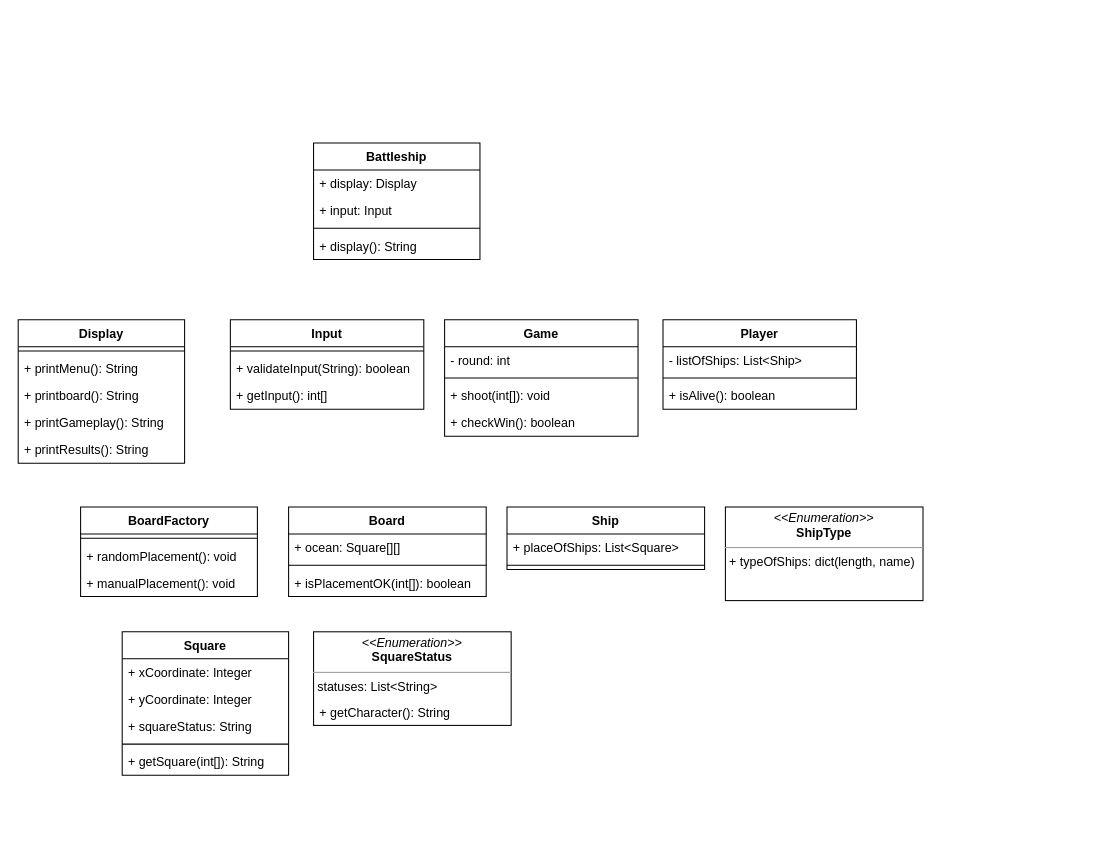
Earlier version of the draw.io diagram Battleship.drawio (CodecoolGlobal/battleship-oop-java-megaseves). Source tidied: cells renumbered, new cells numbered last; positions are measured from the earlier drawing's top-left corner, leaving out a move shared by most shapes. Both pictures are drawn from the tidied source at 104%, with x=0, y=0 at pixel (18, 142).
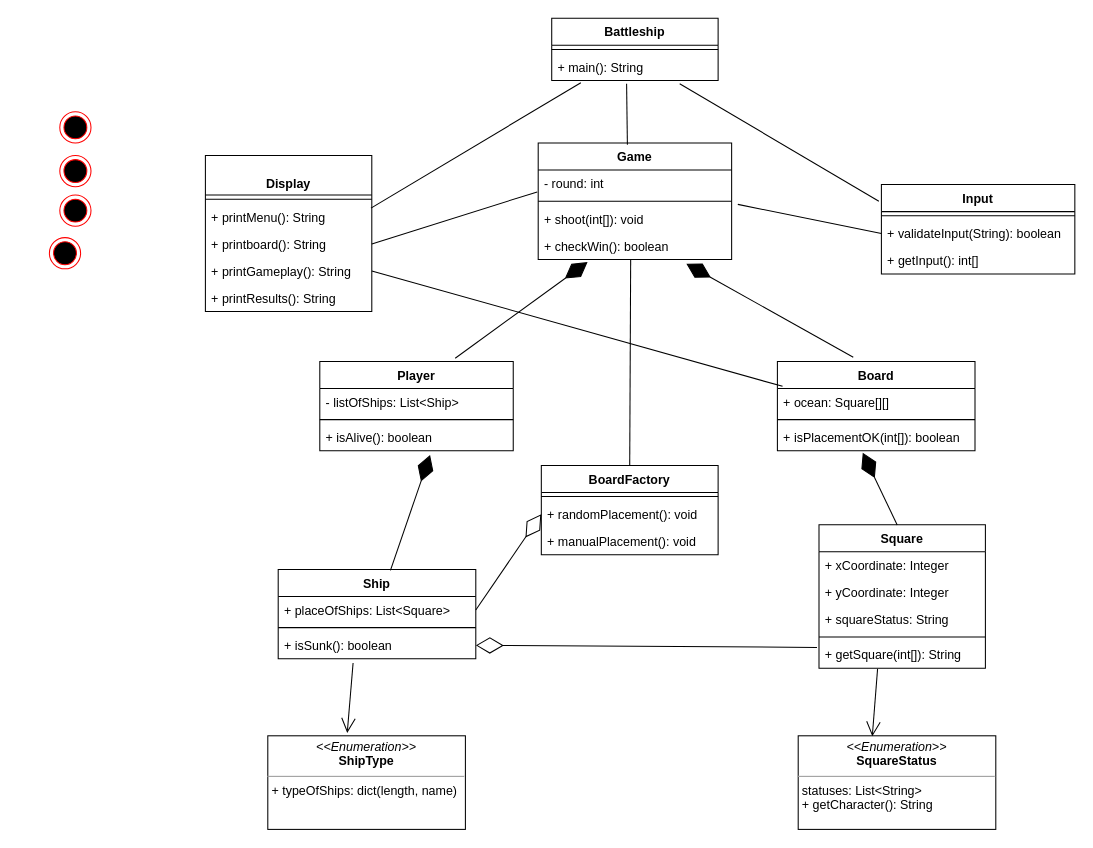
The same diagram, later.

Commit message:
changed UML diagram

The change refers to these unchanged cells:
```xml
<mxCell id="15" value="+ validateInput(String): boolean" style="text;strokeColor=none;fillColor=none;align=left;verticalAlign=top;spacingLeft=4;spacingRight=4;overflow=hidden;points=[[0,0.5],[1,0.5]];portConstraint=eastwest;" parent="13" vertex="1">
  <mxGeometry y="34" width="186" height="26" as="geometry" />
</mxCell>
<mxCell id="18" value="- round: int   " style="text;strokeColor=none;fillColor=none;align=left;verticalAlign=top;spacingLeft=4;spacingRight=4;overflow=hidden;points=[[0,0.5],[1,0.5]];portConstraint=eastwest;" parent="17" vertex="1">
  <mxGeometry y="26" width="186" height="26" as="geometry" />
</mxCell>
<mxCell id="20" value="+ shoot(int[]): void   " style="text;strokeColor=none;fillColor=none;align=left;verticalAlign=top;spacingLeft=4;spacingRight=4;overflow=hidden;points=[[0,0.5],[1,0.5]];portConstraint=eastwest;" parent="17" vertex="1">
  <mxGeometry y="60" width="186" height="26" as="geometry" />
</mxCell>
<mxCell id="21" value="+ checkWin(): boolean" style="text;strokeColor=none;fillColor=none;align=left;verticalAlign=top;spacingLeft=4;spacingRight=4;overflow=hidden;points=[[0,0.5],[1,0.5]];portConstraint=eastwest;" parent="17" vertex="1">
  <mxGeometry y="86" width="186" height="26" as="geometry" />
</mxCell>
<mxCell id="25" value="+ isAlive(): boolean" style="text;strokeColor=none;fillColor=none;align=left;verticalAlign=top;spacingLeft=4;spacingRight=4;overflow=hidden;points=[[0,0.5],[1,0.5]];portConstraint=eastwest;" parent="22" vertex="1">
  <mxGeometry y="60" width="186" height="26" as="geometry" />
</mxCell>
<mxCell id="28" value="+ randomPlacement(): void" style="text;strokeColor=none;fillColor=none;align=left;verticalAlign=top;spacingLeft=4;spacingRight=4;overflow=hidden;points=[[0,0.5],[1,0.5]];portConstraint=eastwest;" parent="26" vertex="1">
  <mxGeometry y="34" width="170" height="26" as="geometry" />
</mxCell>
<mxCell id="31" value="+ ocean: Square[][] " style="text;strokeColor=none;fillColor=none;align=left;verticalAlign=top;spacingLeft=4;spacingRight=4;overflow=hidden;points=[[0,0.5],[1,0.5]];portConstraint=eastwest;" parent="30" vertex="1">
  <mxGeometry y="26" width="190" height="26" as="geometry" />
</mxCell>
<mxCell id="33" value="+ isPlacementOK(int[]): boolean" style="text;strokeColor=none;fillColor=none;align=left;verticalAlign=top;spacingLeft=4;spacingRight=4;overflow=hidden;points=[[0,0.5],[1,0.5]];portConstraint=eastwest;" parent="30" vertex="1">
  <mxGeometry y="60" width="190" height="26" as="geometry" />
</mxCell>
<mxCell id="35" value="+ placeOfShips: List&lt;Square&gt;  " style="text;strokeColor=none;fillColor=none;align=left;verticalAlign=top;spacingLeft=4;spacingRight=4;overflow=hidden;points=[[0,0.5],[1,0.5]];portConstraint=eastwest;" parent="34" vertex="1">
  <mxGeometry y="26" width="190" height="26" as="geometry" />
</mxCell>
<mxCell id="43" value="+ getSquare(int[]): String" style="text;strokeColor=none;fillColor=none;align=left;verticalAlign=top;spacingLeft=4;spacingRight=4;overflow=hidden;points=[[0,0.5],[1,0.5]];portConstraint=eastwest;" parent="38" vertex="1">
  <mxGeometry y="112" width="160" height="26" as="geometry" />
</mxCell>
```

Change to the diagram source:
```diff
@@
     <mxCell id="2" value="Battleship&#10;" style="swimlane;fontStyle=1;align=center;verticalAlign=top;horizontal=1;startSize=26;" parent="1" vertex="1">
-      <mxGeometry x="284" width="160" height="112" as="geometry" />
+      <mxGeometry x="513" y="-120" width="160" height="60" as="geometry" />
     </mxCell>
-    <mxCell id="3" value="+ display: Display" style="text;strokeColor=none;fillColor=none;align=left;verticalAlign=top;spacingLeft=4;spacingRight=4;overflow=hidden;" parent="2" vertex="1">
-      <mxGeometry y="26" width="160" height="26" as="geometry" />
-    </mxCell>
-    <mxCell id="4" value="+ input: Input" style="text;strokeColor=none;fillColor=none;align=left;verticalAlign=top;spacingLeft=4;spacingRight=4;overflow=hidden;" parent="2" vertex="1">
-      <mxGeometry y="52" width="160" height="26" as="geometry" />
-    </mxCell>
     <mxCell id="5" style="line;strokeWidth=1;fillColor=none;align=left;verticalAlign=middle;spacingTop=-1;spacingLeft=3;spacingRight=3;labelPosition=right;" parent="2" vertex="1">
-      <mxGeometry y="78" width="160" height="8" as="geometry" />
+      <mxGeometry y="26" width="160" height="8" as="geometry" />
     </mxCell>
-    <mxCell id="6" value="+ display(): String" style="text;strokeColor=none;fillColor=none;align=left;verticalAlign=top;spacingLeft=4;spacingRight=4;overflow=hidden;points=[[0,0.5],[1,0.5]];portConstraint=eastwest;" parent="2" vertex="1">
-      <mxGeometry y="86" width="160" height="26" as="geometry" />
+    <mxCell id="6" value="+ main(): String" style="text;strokeColor=none;fillColor=none;align=left;verticalAlign=top;spacingLeft=4;spacingRight=4;overflow=hidden;points=[[0,0.5],[1,0.5]];portConstraint=eastwest;" parent="2" vertex="1">
+      <mxGeometry y="34" width="160" height="26" as="geometry" />
     </mxCell>
-    <mxCell id="7" value="Display" style="swimlane;fontStyle=1;align=center;verticalAlign=top;horizontal=1;startSize=26;" parent="1" vertex="1">
-      <mxGeometry y="170" width="160" height="138" as="geometry" />
+    <mxCell id="7" value="&#10;Display" style="swimlane;fontStyle=1;align=center;verticalAlign=top;horizontal=1;startSize=38;" parent="1" vertex="1">
+      <mxGeometry x="180" y="12" width="160" height="150" as="geometry" />
     </mxCell>
     <mxCell id="8" style="line;strokeWidth=1;fillColor=none;align=left;verticalAlign=middle;spacingTop=-1;spacingLeft=3;spacingRight=3;labelPosition=right;" parent="7" vertex="1">
-      <mxGeometry y="26" width="160" height="8" as="geometry" />
+      <mxGeometry y="38" width="160" height="8" as="geometry" />
     </mxCell>
     <mxCell id="9" value="+ printMenu(): String" style="text;strokeColor=none;fillColor=none;align=left;verticalAlign=top;spacingLeft=4;spacingRight=4;overflow=hidden;points=[[0,0.5],[1,0.5]];portConstraint=eastwest;" parent="7" vertex="1">
-      <mxGeometry y="34" width="160" height="26" as="geometry" />
+      <mxGeometry y="46" width="160" height="26" as="geometry" />
     </mxCell>
     <mxCell id="10" value="+ printboard(): String" style="text;strokeColor=none;fillColor=none;align=left;verticalAlign=top;spacingLeft=4;spacingRight=4;overflow=hidden;points=[[0,0.5],[1,0.5]];portConstraint=eastwest;" parent="7" vertex="1">
-      <mxGeometry y="60" width="160" height="26" as="geometry" />
+      <mxGeometry y="72" width="160" height="26" as="geometry" />
     </mxCell>
     <mxCell id="11" value="+ printGameplay(): String" style="text;strokeColor=none;fillColor=none;align=left;verticalAlign=top;spacingLeft=4;spacingRight=4;overflow=hidden;points=[[0,0.5],[1,0.5]];portConstraint=eastwest;" parent="7" vertex="1">
-      <mxGeometry y="86" width="160" height="26" as="geometry" />
+      <mxGeometry y="98" width="160" height="26" as="geometry" />
     </mxCell>
     <mxCell id="12" value="+ printResults(): String" style="text;strokeColor=none;fillColor=none;align=left;verticalAlign=top;spacingLeft=4;spacingRight=4;overflow=hidden;" parent="7" vertex="1">
-      <mxGeometry y="112" width="160" height="26" as="geometry" />
+      <mxGeometry y="124" width="160" height="26" as="geometry" />
     </mxCell>
     <mxCell id="13" value="Input" style="swimlane;fontStyle=1;align=center;verticalAlign=top;horizontal=1;startSize=26;" parent="1" vertex="1">
-      <mxGeometry x="204" y="170" width="186" height="86" as="geometry" />
+      <mxGeometry x="830" y="40" width="186" height="86" as="geometry" />
     </mxCell>
@@
     <mxCell id="17" value="Game" style="swimlane;fontStyle=1;align=center;verticalAlign=top;horizontal=1;startSize=26;" parent="1" vertex="1">
-      <mxGeometry x="410" y="170" width="186" height="112" as="geometry" />
+      <mxGeometry x="500" width="186" height="112" as="geometry" />
     </mxCell>
@@
     <mxCell id="22" value="Player" style="swimlane;fontStyle=1;align=center;verticalAlign=top;horizontal=1;startSize=26;" parent="1" vertex="1">
-      <mxGeometry x="620" y="170" width="186" height="86" as="geometry" />
+      <mxGeometry x="290" y="210" width="186" height="86" as="geometry" />
     </mxCell>
@@
     <mxCell id="26" value="BoardFactory" style="swimlane;fontStyle=1;align=center;verticalAlign=top;horizontal=1;startSize=26;" parent="1" vertex="1">
-      <mxGeometry x="60" y="350" width="170" height="86" as="geometry" />
+      <mxGeometry x="503" y="310" width="170" height="86" as="geometry" />
     </mxCell>
@@
     <mxCell id="30" value="Board" style="swimlane;fontStyle=1;align=center;verticalAlign=top;horizontal=1;startSize=26;" parent="1" vertex="1">
-      <mxGeometry x="260" y="350" width="190" height="86" as="geometry" />
+      <mxGeometry x="730" y="210" width="190" height="86" as="geometry" />
     </mxCell>
@@
     <mxCell id="34" value="Ship" style="swimlane;fontStyle=1;align=center;verticalAlign=top;horizontal=1;startSize=26;" parent="1" vertex="1">
-      <mxGeometry x="470" y="350" width="190" height="60" as="geometry" />
+      <mxGeometry x="250" y="410" width="190" height="86" as="geometry" />
     </mxCell>
@@
+    <mxCell id="46" value="+ isSunk(): boolean" style="text;strokeColor=none;fillColor=none;align=left;verticalAlign=top;spacingLeft=4;spacingRight=4;overflow=hidden;points=[[0,0.5],[1,0.5]];portConstraint=eastwest;" parent="34" vertex="1">
+      <mxGeometry y="60" width="190" height="26" as="geometry" />
+    </mxCell>
     <mxCell id="37" value="&lt;p style=&quot;margin:0px;margin-top:4px;text-align:center;&quot;&gt;&lt;i&gt;&amp;lt;&amp;lt;Enumeration&amp;gt;&amp;gt;&lt;/i&gt;&lt;br&gt;&lt;b&gt;ShipType&lt;/b&gt;&lt;/p&gt;&lt;hr size=&quot;1&quot;&gt;&lt;p style=&quot;margin:0px;margin-left:4px;&quot;&gt;+ typeOfShips: dict(length, name)&lt;/p&gt;&lt;p style=&quot;margin:0px;margin-left:4px;&quot;&gt;&lt;br&gt;&lt;/p&gt;" style="verticalAlign=top;align=left;overflow=fill;fontSize=12;fontFamily=Helvetica;html=1;" parent="1" vertex="1">
-      <mxGeometry x="680" y="350" width="190" height="90" as="geometry" />
+      <mxGeometry x="240" y="570" width="190" height="90" as="geometry" />
     </mxCell>
     <mxCell id="38" value="Square" style="swimlane;fontStyle=1;align=center;verticalAlign=top;horizontal=1;startSize=26;" parent="1" vertex="1">
-      <mxGeometry x="100" y="470" width="160" height="138" as="geometry" />
+      <mxGeometry x="770" y="367" width="160" height="138" as="geometry" />
     </mxCell>
@@
-    <mxCell id="44" value="&lt;p style=&quot;margin:0px;margin-top:4px;text-align:center;&quot;&gt;&lt;i&gt;&amp;lt;&amp;lt;Enumeration&amp;gt;&amp;gt;&lt;/i&gt;&lt;br&gt;&lt;b&gt;SquareStatus&lt;/b&gt;&lt;/p&gt;&lt;hr size=&quot;1&quot;&gt;&lt;p style=&quot;margin:0px;margin-left:4px;&quot;&gt;statuses: List&amp;lt;String&amp;gt;&lt;/p&gt;&lt;p style=&quot;margin:0px;margin-left:4px;&quot;&gt;&lt;br&gt;&lt;/p&gt;" style="verticalAlign=top;align=left;overflow=fill;fontSize=12;fontFamily=Helvetica;html=1;" parent="1" vertex="1">
-      <mxGeometry x="284" y="470" width="190" height="90" as="geometry" />
+    <mxCell id="44" value="&lt;p style=&quot;margin:0px;margin-top:4px;text-align:center;&quot;&gt;&lt;i&gt;&amp;lt;&amp;lt;Enumeration&amp;gt;&amp;gt;&lt;/i&gt;&lt;br&gt;&lt;b&gt;SquareStatus&lt;/b&gt;&lt;/p&gt;&lt;hr size=&quot;1&quot;&gt;&lt;p style=&quot;margin:0px;margin-left:4px;&quot;&gt;statuses: List&amp;lt;String&amp;gt;&lt;/p&gt;&lt;p style=&quot;margin:0px;margin-left:4px;&quot;&gt;+ getCharacter(): String&amp;nbsp;&lt;br&gt;&lt;/p&gt;&lt;p style=&quot;margin:0px;margin-left:4px;&quot;&gt;&lt;br&gt;&lt;/p&gt;" style="verticalAlign=top;align=left;overflow=fill;fontSize=12;fontFamily=Helvetica;html=1;" parent="1" vertex="1">
+      <mxGeometry x="750" y="570" width="190" height="90" as="geometry" />
     </mxCell>
-    <mxCell id="45" value="+ getCharacter(): String " style="text;strokeColor=none;fillColor=none;align=left;verticalAlign=top;spacingLeft=4;spacingRight=4;overflow=hidden;" parent="1" vertex="1">
-      <mxGeometry x="284" y="534" width="160" height="26" as="geometry" />
-    </mxCell>
+    <mxCell id="47" style="endArrow=open;endFill=1;endSize=12;html=1;rounded=0;exitX=0.352;exitY=1.026;exitDx=0;exitDy=0;exitPerimeter=0;entryX=0.375;entryY=0.006;entryDx=0;entryDy=0;entryPerimeter=0;" parent="1" edge="1" source="43" target="44">
+      <mxGeometry relative="1" as="geometry" />
+    </mxCell>
+    <mxCell id="48" style="endArrow=open;endFill=1;endSize=12;html=1;rounded=0;exitX=0.379;exitY=1.154;exitDx=0;exitDy=0;exitPerimeter=0;entryX=0.402;entryY=-0.031;entryDx=0;entryDy=0;entryPerimeter=0;" parent="1" edge="1" source="46" target="37">
+      <mxGeometry relative="1" as="geometry" />
+    </mxCell>
+    <mxCell id="49" style="endArrow=diamondThin;endFill=1;endSize=24;html=1;rounded=0;exitX=0.47;exitY=0.002;exitDx=0;exitDy=0;exitPerimeter=0;entryX=0.432;entryY=1.071;entryDx=0;entryDy=0;entryPerimeter=0;" parent="1" edge="1" source="38" target="33">
+      <mxGeometry relative="1" as="geometry" />
+    </mxCell>
+    <mxCell id="50" style="endArrow=diamondThin;endFill=1;endSize=24;html=1;rounded=0;entryX=0.57;entryY=1.154;entryDx=0;entryDy=0;entryPerimeter=0;exitX=0.568;exitY=0.011;exitDx=0;exitDy=0;exitPerimeter=0;" parent="1" edge="1" source="34" target="25">
+      <mxGeometry relative="1" as="geometry" />
+    </mxCell>
+    <mxCell id="51" style="endArrow=diamondThin;endFill=1;endSize=24;html=1;rounded=0;entryX=0.766;entryY=1.16;entryDx=0;entryDy=0;entryPerimeter=0;exitX=0.384;exitY=-0.047;exitDx=0;exitDy=0;exitPerimeter=0;" parent="1" edge="1" source="30" target="21">
+      <mxGeometry relative="1" as="geometry" />
+    </mxCell>
+    <mxCell id="52" style="endArrow=diamondThin;endFill=1;endSize=24;html=1;rounded=0;entryX=0.255;entryY=1.096;entryDx=0;entryDy=0;entryPerimeter=0;exitX=0.7;exitY=-0.035;exitDx=0;exitDy=0;exitPerimeter=0;" parent="1" edge="1" source="22" target="21">
+      <mxGeometry relative="1" as="geometry" />
+    </mxCell>
+    <mxCell id="53" style="endArrow=none;endFill=0;endSize=24;html=1;rounded=0;entryX=0.175;entryY=1.077;entryDx=0;entryDy=0;entryPerimeter=0;exitX=0.995;exitY=0.179;exitDx=0;exitDy=0;exitPerimeter=0;" parent="1" edge="1" source="9" target="6">
+      <mxGeometry relative="1" as="geometry" />
+    </mxCell>
+    <mxCell id="54" style="endArrow=none;endFill=0;endSize=24;html=1;rounded=0;entryX=0.769;entryY=1.115;entryDx=0;entryDy=0;exitX=-0.013;exitY=0.186;exitDx=0;exitDy=0;exitPerimeter=0;entryPerimeter=0;" parent="1" edge="1" source="13" target="6">
+      <mxGeometry relative="1" as="geometry" />
+    </mxCell>
+    <mxCell id="55" style="endArrow=none;endFill=0;endSize=24;html=1;rounded=0;exitX=0.461;exitY=0.016;exitDx=0;exitDy=0;exitPerimeter=0;entryX=0.45;entryY=1.115;entryDx=0;entryDy=0;entryPerimeter=0;" parent="1" edge="1" source="17" target="6">
+      <mxGeometry relative="1" as="geometry" />
+    </mxCell>
+    <mxCell id="56" style="endArrow=diamondThin;endFill=0;endSize=24;html=1;rounded=0;entryX=1;entryY=0.5;entryDx=0;entryDy=0;exitX=-0.012;exitY=0.231;exitDx=0;exitDy=0;exitPerimeter=0;" parent="1" edge="1" source="43" target="46">
+      <mxGeometry relative="1" as="geometry" />
+    </mxCell>
+    <mxCell id="57" style="endArrow=diamondThin;endFill=0;endSize=24;html=1;rounded=0;entryX=0;entryY=0.5;entryDx=0;entryDy=0;exitX=1;exitY=0.5;exitDx=0;exitDy=0;" parent="1" edge="1" source="35" target="28">
+      <mxGeometry relative="1" as="geometry" />
+    </mxCell>
+    <mxCell id="58" style="endArrow=none;html=1;rounded=0;entryX=0.478;entryY=1;entryDx=0;entryDy=0;entryPerimeter=0;exitX=0.5;exitY=0;exitDx=0;exitDy=0;" parent="1" edge="1" source="26" target="21">
+      <mxGeometry relative="1" as="geometry" />
+    </mxCell>
+    <mxCell id="59" style="ellipse;html=1;shape=endState;fillColor=#000000;strokeColor=#ff0000;" parent="1" vertex="1">
+      <mxGeometry x="40" y="-30" width="30" height="30" as="geometry" />
+    </mxCell>
+    <mxCell id="60" style="ellipse;html=1;shape=endState;fillColor=#000000;strokeColor=#ff0000;" parent="1" vertex="1">
+      <mxGeometry x="40" y="50" width="30" height="30" as="geometry" />
+    </mxCell>
+    <mxCell id="61" style="ellipse;html=1;shape=endState;fillColor=#000000;strokeColor=#ff0000;" parent="1" vertex="1">
+      <mxGeometry x="40" y="12" width="30" height="30" as="geometry" />
+    </mxCell>
+    <mxCell id="62" style="ellipse;html=1;shape=endState;fillColor=#000000;strokeColor=#ff0000;" parent="1" vertex="1">
+      <mxGeometry x="30" y="91" width="30" height="30" as="geometry" />
+    </mxCell>
+    <mxCell id="63" style="endArrow=none;endFill=0;endSize=24;html=1;rounded=0;entryX=1.032;entryY=-0.038;entryDx=0;entryDy=0;entryPerimeter=0;exitX=0;exitY=0.5;exitDx=0;exitDy=0;" parent="1" edge="1" source="15" target="20">
+      <mxGeometry relative="1" as="geometry" />
+    </mxCell>
+    <mxCell id="64" style="endArrow=none;endFill=0;endSize=24;html=1;rounded=0;entryX=1;entryY=0.5;entryDx=0;entryDy=0;exitX=-0.005;exitY=0.808;exitDx=0;exitDy=0;exitPerimeter=0;" parent="1" edge="1" source="18" target="10">
+      <mxGeometry relative="1" as="geometry" />
+    </mxCell>
+    <mxCell id="65" style="endArrow=none;endFill=0;endSize=24;html=1;rounded=0;entryX=0.026;entryY=-0.077;entryDx=0;entryDy=0;exitX=1;exitY=0.5;exitDx=0;exitDy=0;entryPerimeter=0;" parent="1" edge="1" source="11" target="31">
+      <mxGeometry relative="1" as="geometry" />
+    </mxCell>
```
